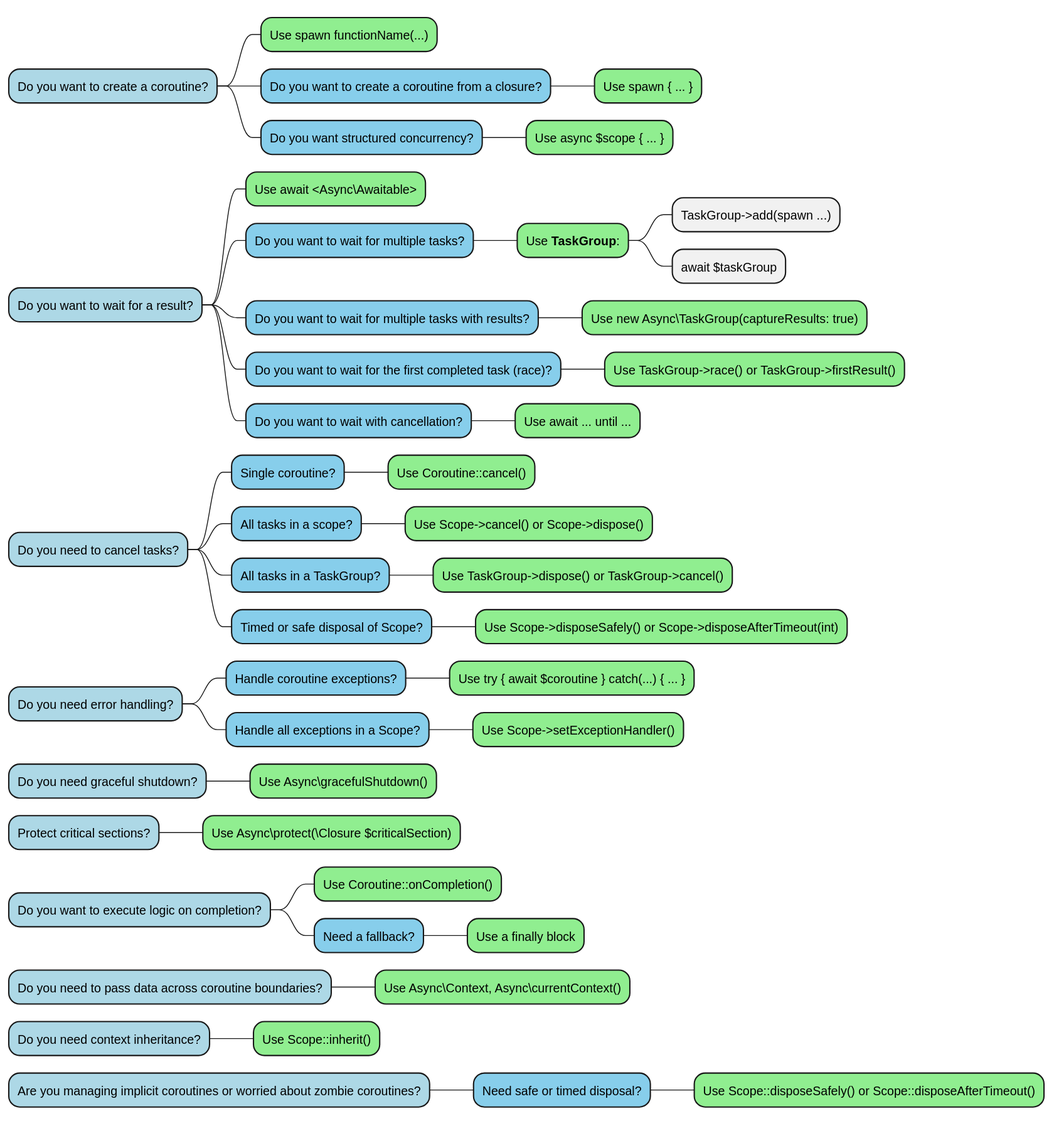
Before: diagrams/decision-tree.svg, a diagram exported from PlantUML (true-async/php-true-async-rfc).
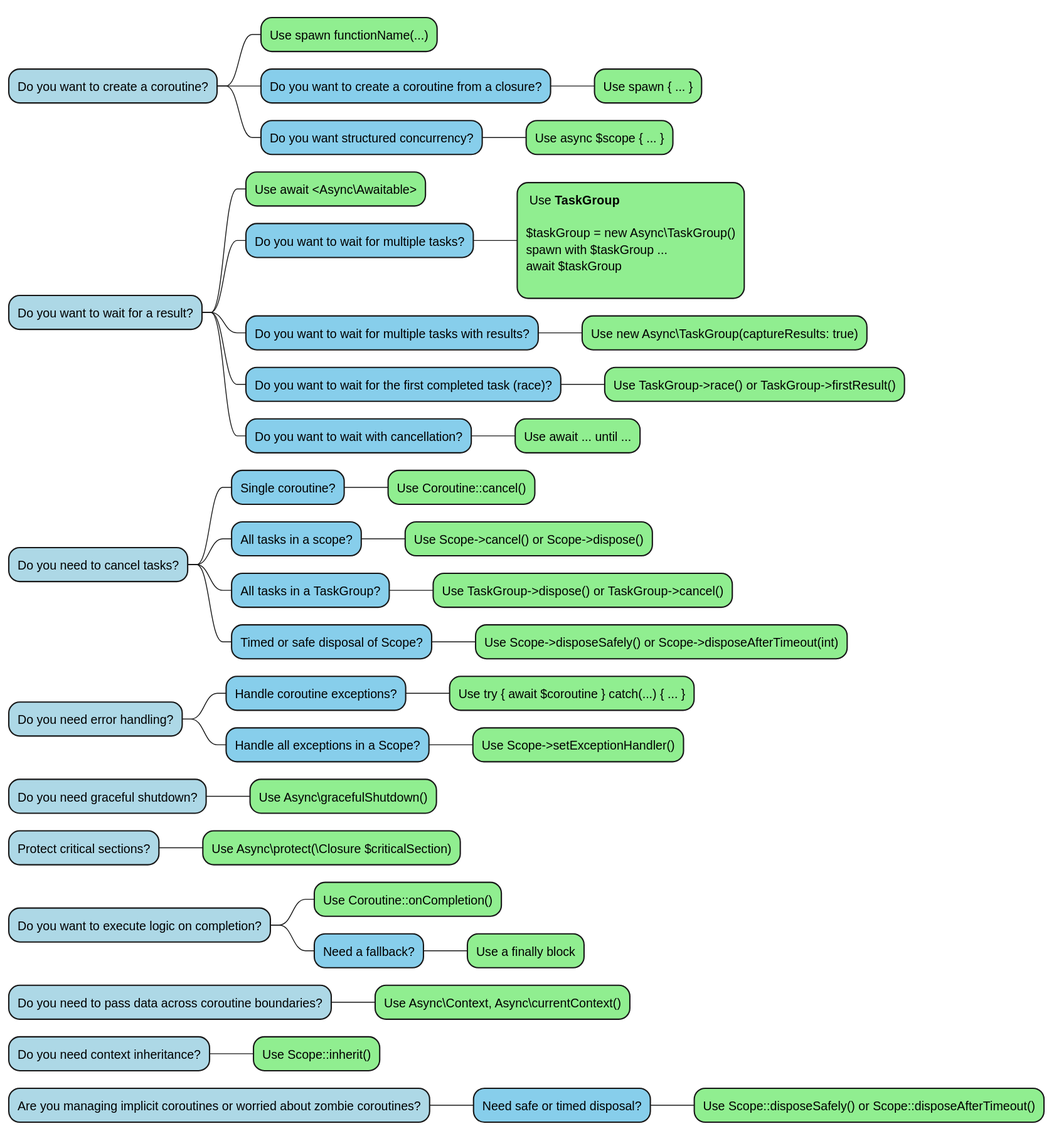
The same diagram one commit later.

Commit message:
Update mind-map and decision-tree diagrams to reflect changes in TaskGroup and Scope usage; remove async block references for clarity

What changed in the source:
```diff
@@ -9,9 +9,12 @@
 *[#lightblue] Do you want to wait for a result?
 **[#lightgreen] Use await <Async\Awaitable>
 **[#87CEEB] Do you want to wait for multiple tasks?
-***[#lightgreen] Use **TaskGroup**:
-**** TaskGroup->add(spawn ...)
-**** await $taskGroup
+***[#lightgreen]: Use **TaskGroup**
+
+$taskGroup = new Async\TaskGroup()
+spawn with $taskGroup ...
+await $taskGroup
+;
 **[#87CEEB] Do you want to wait for multiple tasks with results?
 ***[#lightgreen] Use new Async\TaskGroup(captureResults: true)
 **[#87CEEB] Do you want to wait for the first completed task (race)?
```
